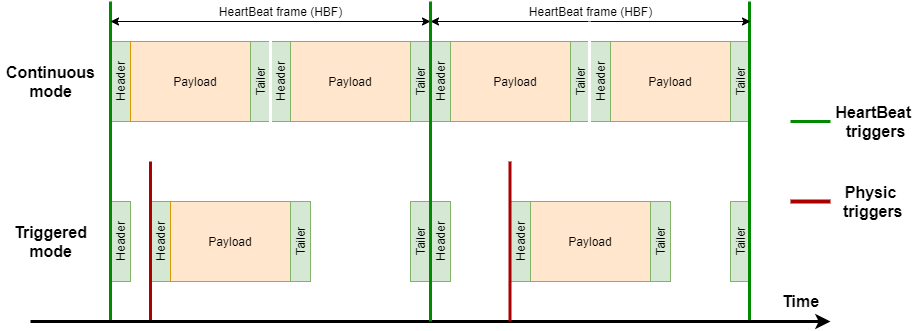
Before: Pictures/Thesis-Readout_mode.png, a diagram exported from draw.io (dthysdin/Meng-Thesis). Source tidied: cells renumbered, new cells last; positions are measured from the earlier drawing's top-left corner, leaving out a move shared by most shapes.
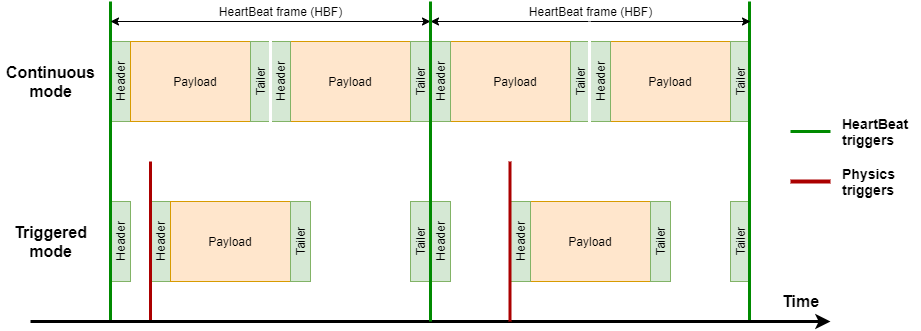
After the change.

What changed in the source:
```diff
@@ -109,21 +109,21 @@
     </mxCell>
     <mxCell id="31" style="endArrow=none;html=1;fontColor=#000000;strokeColor=#AB0000;strokeWidth=4;" parent="1" edge="1">
       <mxGeometry relative="1" as="geometry">
-        <mxPoint x="790" y="200" as="sourcePoint" />
-        <mxPoint x="830" y="200" as="targetPoint" />
+        <mxPoint x="790" y="180" as="sourcePoint" />
+        <mxPoint x="830" y="180" as="targetPoint" />
       </mxGeometry>
     </mxCell>
     <mxCell id="32" style="endArrow=none;html=1;fontColor=#000000;strokeWidth=3;strokeColor=#008A00;" parent="1" edge="1">
       <mxGeometry relative="1" as="geometry">
-        <mxPoint x="790" y="120" as="sourcePoint" />
-        <mxPoint x="830" y="120" as="targetPoint" />
+        <mxPoint x="790" y="130" as="sourcePoint" />
+        <mxPoint x="830" y="130" as="targetPoint" />
       </mxGeometry>
     </mxCell>
-    <mxCell id="33" value="&lt;b&gt;&lt;font style=&quot;font-size: 16px&quot;&gt;HeartBeat &lt;br&gt;triggers&lt;/font&gt;&lt;/b&gt;" style="text;html=1;align=center;verticalAlign=middle;strokeColor=none;fontColor=#000000;" parent="1" vertex="1">
-      <mxGeometry x="830" y="100" width="90" height="40" as="geometry" />
+    <mxCell id="33" value="&lt;span style=&quot;font-size: 14px&quot;&gt;&lt;font style=&quot;font-size: 14px&quot;&gt;HeartBeat&lt;br&gt;triggers&lt;/font&gt;&lt;/span&gt;" style="text;html=1;align=left;verticalAlign=middle;strokeColor=none;fontColor=#000000;fontSize=12;fontStyle=1;" parent="1" vertex="1">
+      <mxGeometry x="840" y="110" width="80" height="40" as="geometry" />
     </mxCell>
-    <mxCell id="34" value="&lt;b&gt;&lt;font style=&quot;font-size: 16px&quot;&gt;Physic&lt;br&gt;&amp;nbsp;triggers&lt;/font&gt;&lt;/b&gt;" style="text;html=1;align=center;verticalAlign=middle;strokeColor=none;fontColor=#000000;" parent="1" vertex="1">
-      <mxGeometry x="830" y="180" width="80" height="40" as="geometry" />
+    <mxCell id="34" value="&lt;b style=&quot;font-size: 14px&quot;&gt;&lt;font style=&quot;font-size: 14px&quot;&gt;Physics&lt;br&gt;triggers&lt;/font&gt;&lt;/b&gt;" style="text;html=1;align=left;verticalAlign=middle;strokeColor=none;fontColor=#000000;" parent="1" vertex="1">
+      <mxGeometry x="840" y="160" width="70" height="40" as="geometry" />
     </mxCell>
     <mxCell id="35" value="&lt;b&gt;&lt;font style=&quot;font-size: 16px&quot;&gt;Continuous&lt;br&gt;mode&lt;br&gt;&lt;/font&gt;&lt;/b&gt;" style="text;html=1;align=center;verticalAlign=middle;strokeColor=none;fontColor=#000000;" parent="1" vertex="1">
       <mxGeometry y="60" width="100" height="40" as="geometry" />
```
